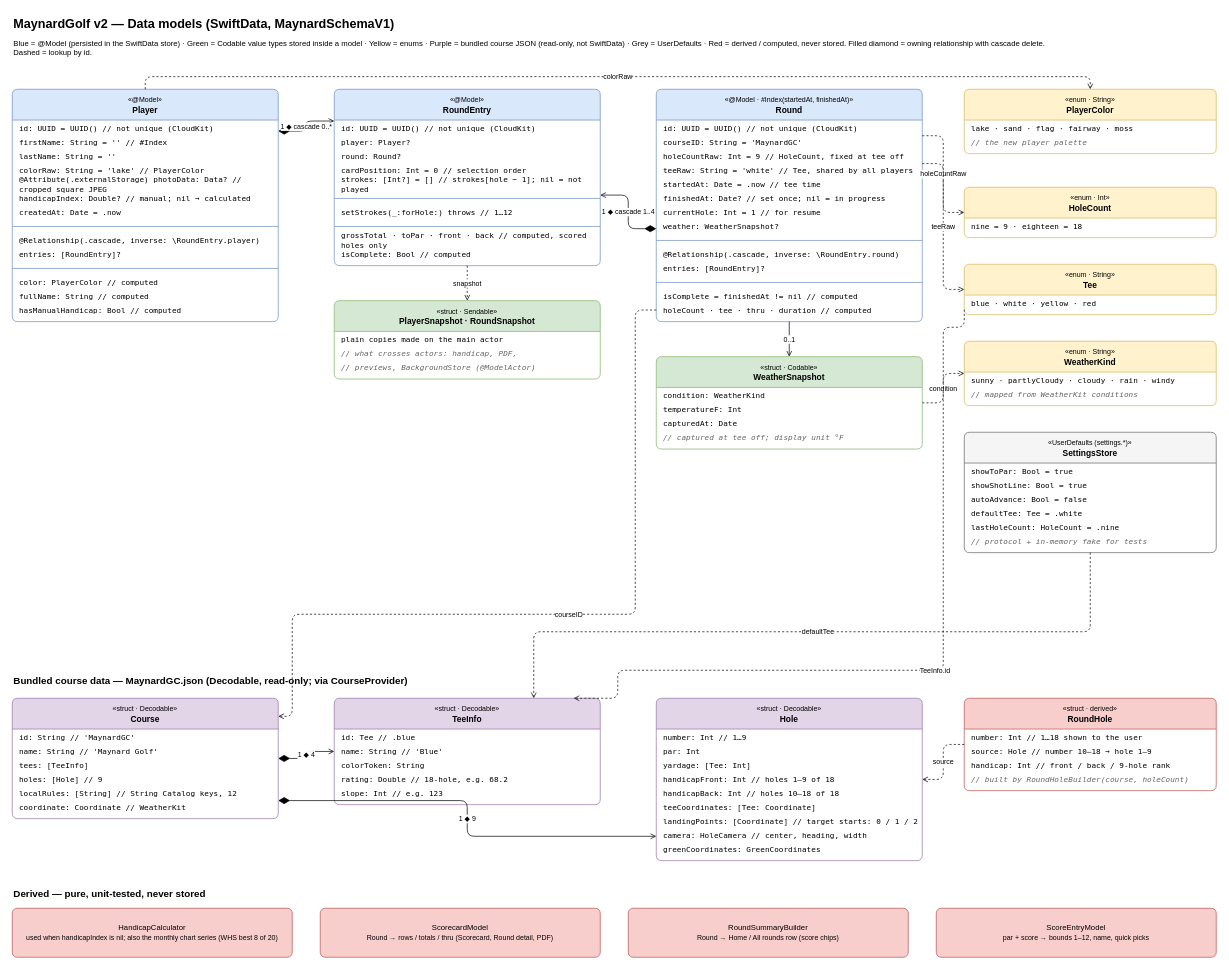
Earlier version of the draw.io diagram page "SwiftData models (schema v2)" (1 of 2) of docs/data-model.drawio (tassinari/MaynardGolf). Source tidied: cells renumbered, new cells numbered last; positions are measured from the earlier drawing's top-left corner, leaving out a move shared by most shapes. Both pictures are drawn from the tidied source at 70%, with x=0, y=0 at pixel (12, 12).
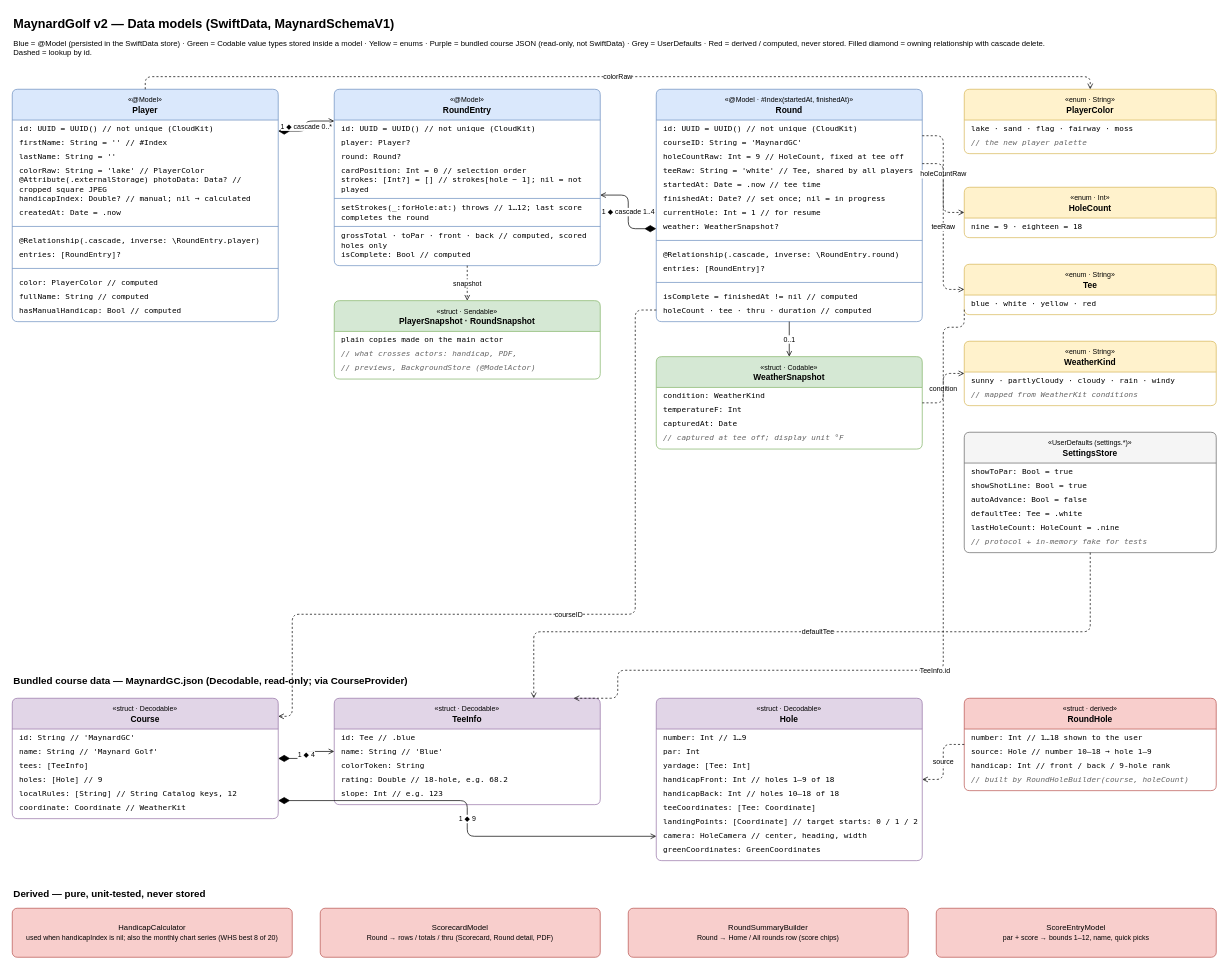
The same page after the edit.

The change refers to these unchanged cells:
```xml
<mxCell id="19" value="&lt;font style='font-size:10px'&gt;«@Model»&lt;/font&gt;&lt;br&gt;&lt;b&gt;RoundEntry&lt;/b&gt;" style="swimlane;html=1;fontStyle=0;align=center;startSize=44;fillColor=#dae8fc;strokeColor=#6c8ebf;swimlaneFillColor=#ffffff;rounded=1;arcSize=6;whiteSpace=wrap;" parent="1" vertex="1">
  <mxGeometry x="460" y="110" width="380" height="252" as="geometry" />
</mxCell>
```

Diff of the diagram source:
```diff
@@
-    <mxCell id="26" value="setStrokes(_:forHole:) throws   // 1…12" style="text;html=1;strokeColor=none;fillColor=none;align=left;verticalAlign=middle;spacingLeft=8;fontSize=11;fontFamily=Menlo;whiteSpace=wrap;" parent="19" vertex="1">
+    <mxCell id="26" value="setStrokes(_:forHole:at:) throws   // 1…12; last score completes the round" style="text;html=1;strokeColor=none;fillColor=none;align=left;verticalAlign=middle;spacingLeft=8;fontSize=11;fontFamily=Menlo;whiteSpace=wrap;" parent="19" vertex="1">
       <mxGeometry y="166" width="380" height="20" as="geometry" />
     </mxCell>
```
